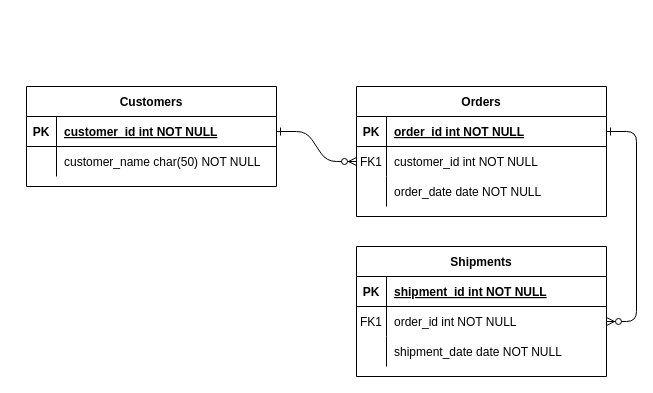
The draw.io diagram BAD/Assignments/ER_assignment2.drawio in ThorSporring/Workspace, before the edit. Source tidied: cells renumbered, new cells numbered last; positions are measured from the earlier drawing's top-left corner, leaving out a move shared by most shapes. Both pictures are drawn from the tidied source at 100%, with x=0, y=0 at pixel (26, 86).
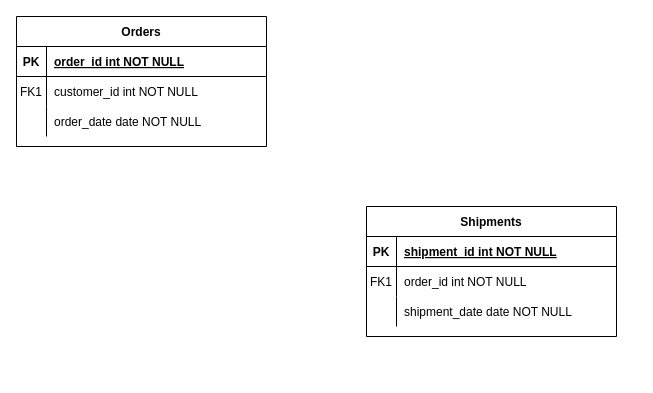
Above is the later version.

The change refers to these unchanged cells:
```xml
<mxCell id="5" style="shape=partialRectangle;fillColor=none;points=[[0,0.5],[1,0.5]];portConstraint=eastwest;top=0;left=0;right=0;bottom=1;" parent="4" vertex="1">
  <mxGeometry y="30" width="250" height="30" as="geometry" />
</mxCell>
<mxCell id="8" style="shape=partialRectangle;fillColor=none;points=[[0,0.5],[1,0.5]];portConstraint=eastwest;top=0;left=0;right=0;bottom=0;" parent="4" vertex="1">
  <mxGeometry y="60" width="250" height="30" as="geometry" />
</mxCell>
<mxCell id="18" style="shape=partialRectangle;fillColor=none;points=[[0,0.5],[1,0.5]];portConstraint=eastwest;top=0;left=0;right=0;bottom=0;" parent="14" vertex="1">
  <mxGeometry y="60" width="250" height="30" as="geometry" />
</mxCell>
```

Diff of the diagram source:
```diff
@@
-    <mxCell id="2" style="edgeStyle=entityRelationEdgeStyle;endArrow=ERzeroToMany;startArrow=ERone;endFill=1;startFill=0;" parent="1" edge="1" source="25" target="8">
-      <mxGeometry relative="1" as="geometry" />
-    </mxCell>
-    <mxCell id="3" style="edgeStyle=entityRelationEdgeStyle;endArrow=ERzeroToMany;startArrow=ERone;endFill=1;startFill=0;" parent="1" edge="1" source="5" target="18">
-      <mxGeometry relative="1" as="geometry" />
-    </mxCell>
     <mxCell id="4" value="Orders" style="shape=table;startSize=30;childLayout=tableLayout;rowLines=0;fontStyle=1;align=center;" parent="1" vertex="1">
-      <mxGeometry x="330" width="250" height="130" as="geometry" />
+      <mxGeometry x="-10" y="-70" width="250" height="130" as="geometry" />
     </mxCell>
@@
     <mxCell id="14" value="Shipments" style="shape=table;startSize=30;childLayout=tableLayout;rowLines=0;fontStyle=1;align=center;" parent="1" vertex="1">
-      <mxGeometry x="330" y="160" width="250" height="130" as="geometry" />
+      <mxGeometry x="340" y="120" width="250" height="130" as="geometry" />
     </mxCell>
@@
-    <mxCell id="24" value="Customers" style="shape=table;startSize=30;childLayout=tableLayout;rowLines=0;fontStyle=1;align=center;" parent="1" vertex="1">
-      <mxGeometry width="250" height="100" as="geometry" />
-    </mxCell>
-    <mxCell id="25" style="shape=partialRectangle;fillColor=none;points=[[0,0.5],[1,0.5]];portConstraint=eastwest;top=0;left=0;right=0;bottom=1;" parent="24" vertex="1">
-      <mxGeometry y="30" width="250" height="30" as="geometry" />
-    </mxCell>
-    <mxCell id="26" value="PK" style="shape=partialRectangle;overflow=hidden;fillColor=none;top=0;left=0;bottom=0;right=0;fontStyle=1;" parent="25" vertex="1">
-      <mxGeometry width="30" height="30" as="geometry" />
-    </mxCell>
-    <mxCell id="27" value="customer_id int NOT NULL " style="shape=partialRectangle;overflow=hidden;fillColor=none;top=0;left=0;bottom=0;right=0;align=left;spacingLeft=6;fontStyle=5;" parent="25" vertex="1">
-      <mxGeometry x="30" width="220" height="30" as="geometry" />
-    </mxCell>
-    <mxCell id="28" style="shape=partialRectangle;fillColor=none;top=0;left=0;right=0;bottom=0;" parent="24" vertex="1">
-      <mxGeometry y="60" width="250" height="30" as="geometry" />
-    </mxCell>
-    <mxCell id="29" style="shape=partialRectangle;overflow=hidden;fillColor=none;top=0;left=0;bottom=0;right=0;" parent="28" vertex="1">
-      <mxGeometry width="30" height="30" as="geometry" />
-    </mxCell>
-    <mxCell id="30" value="customer_name char(50) NOT NULL" style="shape=partialRectangle;overflow=hidden;fillColor=none;top=0;left=0;bottom=0;right=0;align=left;spacingLeft=6;" parent="28" vertex="1">
-      <mxGeometry x="30" width="220" height="30" as="geometry" />
-    </mxCell>
```
